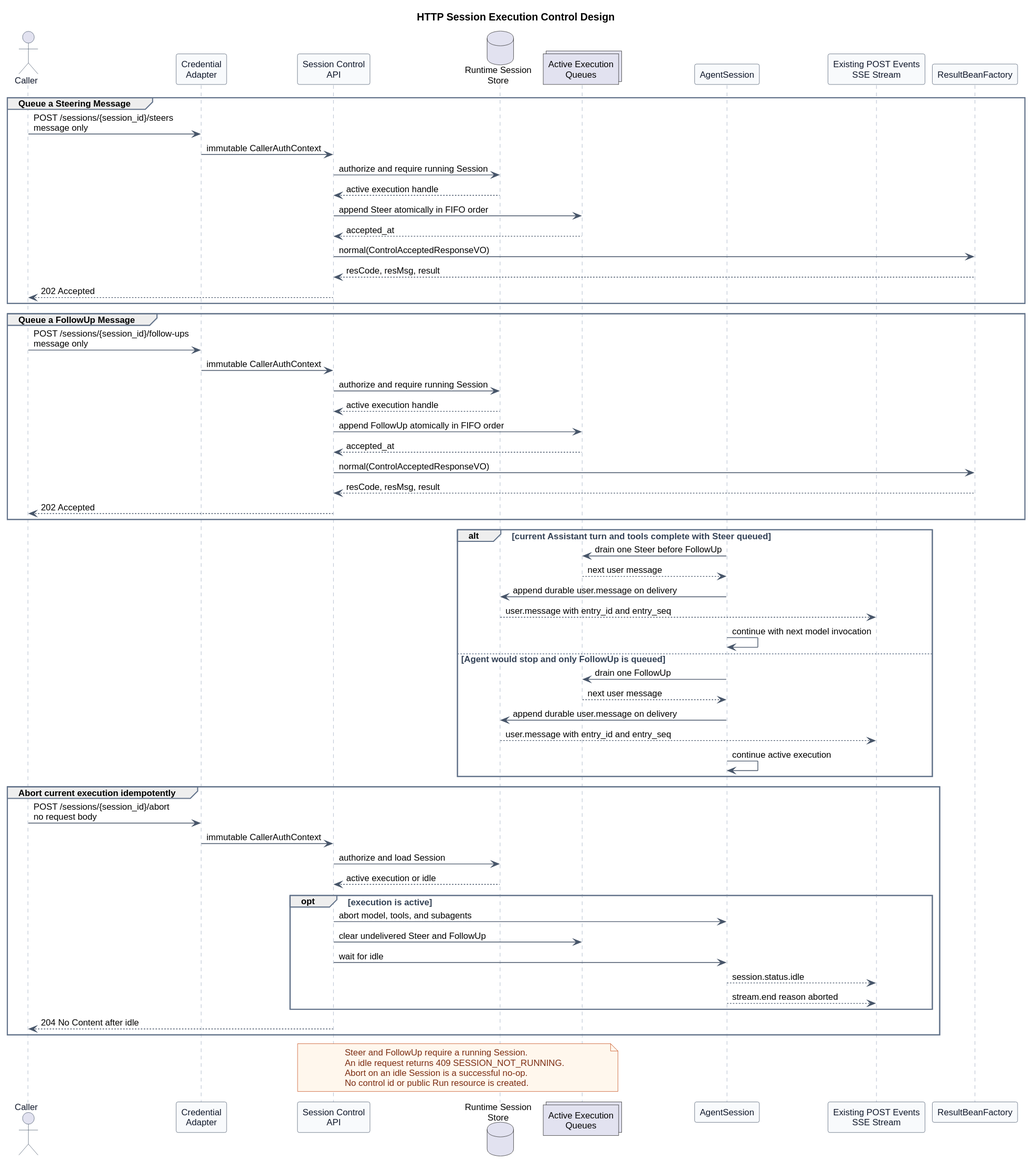
Before: pi-mono-java-manager-driven-multi-agent-runtime/http_session_execution_controls.svg, a diagram exported from PlantUML (ssm0808/pi-mono-java-design).
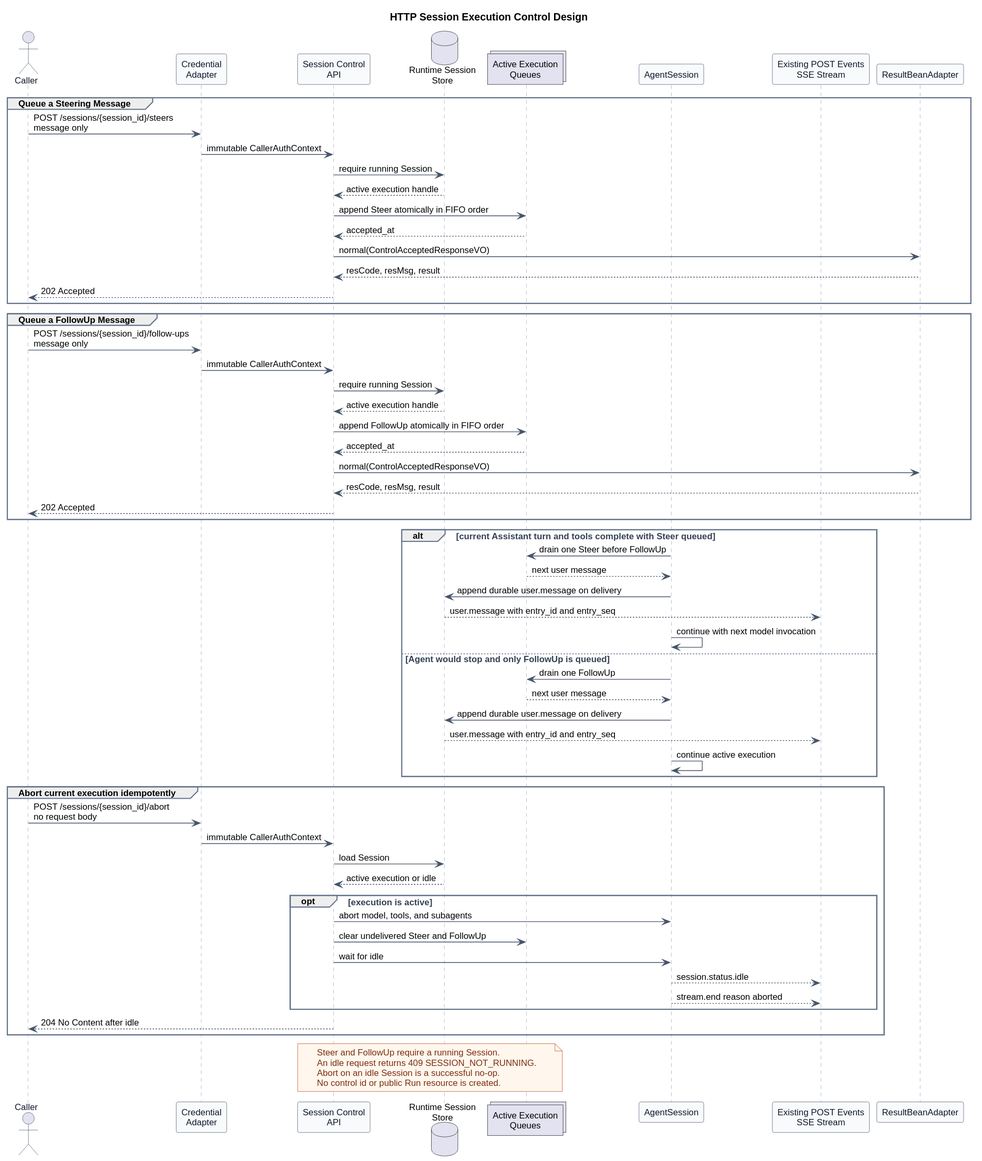
After the change.

What changed in the source:
```diff
@@ -31,29 +31,29 @@
 collections "Active Execution\nQueues" as Queue
 participant "AgentSession" as Session
 participant "Existing POST Events\nSSE Stream" as SSE
-participant ResultBeanFactory
+participant ResultBeanAdapter
 
 group Queue a Steering Message
   Caller -> Auth : POST /sessions/{session_id}/steers\nmessage only
   Auth -> API : immutable CallerAuthContext
-  API -> Store : authorize and require running Session
+  API -> Store : require running Session
   Store --> API : active execution handle
   API -> Queue : append Steer atomically in FIFO order
   Queue --> API : accepted_at
-  API -> ResultBeanFactory : normal(ControlAcceptedResponseVO)
-  ResultBeanFactory --> API : resCode, resMsg, result
+  API -> ResultBeanAdapter : normal(ControlAcceptedResponseVO)
+  ResultBeanAdapter --> API : resCode, resMsg, result
   API --> Caller : 202 Accepted
 end
 
 group Queue a FollowUp Message
   Caller -> Auth : POST /sessions/{session_id}/follow-ups\nmessage only
   Auth -> API : immutable CallerAuthContext
-  API -> Store : authorize and require running Session
+  API -> Store : require running Session
   Store --> API : active execution handle
   API -> Queue : append FollowUp atomically in FIFO order
   Queue --> API : accepted_at
-  API -> ResultBeanFactory : normal(ControlAcceptedResponseVO)
-  ResultBeanFactory --> API : resCode, resMsg, result
+  API -> ResultBeanAdapter : normal(ControlAcceptedResponseVO)
+  ResultBeanAdapter --> API : resCode, resMsg, result
   API --> Caller : 202 Accepted
 end
 
@@ -74,7 +74,7 @@
 group Abort current execution idempotently
   Caller -> Auth : POST /sessions/{session_id}/abort\nno request body
   Auth -> API : immutable CallerAuthContext
-  API -> Store : authorize and load Session
+  API -> Store : load Session
   Store --> API : active execution or idle
   opt execution is active
     API -> Session : abort model, tools, and subagents
```
